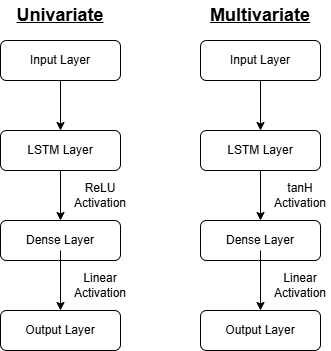
Earlier version of the draw.io export report/media/lstm3.png (harrybirdnz/ZZSC9020-Group_F). Source tidied: cells renumbered, new cells last; positions are measured from the earlier drawing's top-left corner, leaving out a move shared by most shapes. Source of this version:
```xml
<mxGraphModel>
  <root>
    <mxCell id="0" />
    <mxCell id="1" parent="0" />
    <mxCell id="2" style="edgeStyle=orthogonalEdgeStyle;rounded=0;jettySize=auto;html=1;exitX=0.5;exitY=1;exitDx=0;exitDy=0;entryX=0.5;entryY=0;entryDx=0;entryDy=0;" parent="1" edge="1" source="3" target="4">
      <mxGeometry relative="1" as="geometry" />
    </mxCell>
    <mxCell id="3" value="Input Layer" style="rounded=1;whiteSpace=wrap;html=1;fontSize=12;glass=0;strokeWidth=1;shadow=0;" parent="1" vertex="1">
      <mxGeometry y="40" width="120" height="40" as="geometry" />
    </mxCell>
    <mxCell id="4" value="LSTM Layer" style="rounded=1;whiteSpace=wrap;html=1;fontSize=12;glass=0;strokeWidth=1;shadow=0;" parent="1" vertex="1">
      <mxGeometry y="130" width="120" height="40" as="geometry" />
    </mxCell>
    <mxCell id="5" value="Output Layer" style="rounded=1;whiteSpace=wrap;html=1;fontSize=12;glass=0;strokeWidth=1;shadow=0;" parent="1" vertex="1">
      <mxGeometry y="310" width="120" height="40" as="geometry" />
    </mxCell>
    <mxCell id="6" value="Dense Layer" style="rounded=1;whiteSpace=wrap;html=1;fontSize=12;glass=0;strokeWidth=1;shadow=0;" parent="1" vertex="1">
      <mxGeometry y="220" width="120" height="40" as="geometry" />
    </mxCell>
    <mxCell id="7" style="endArrow=classic;html=1;rounded=0;entryX=0.5;entryY=0;entryDx=0;entryDy=0;" parent="1" edge="1" target="6">
      <mxGeometry relative="1" as="geometry">
        <mxPoint x="60" y="170" as="sourcePoint" />
      </mxGeometry>
    </mxCell>
    <mxCell id="8" style="endArrow=classic;html=1;rounded=0;entryX=0.5;entryY=0;entryDx=0;entryDy=0;" parent="1" edge="1" target="5">
      <mxGeometry relative="1" as="geometry">
        <mxPoint x="60" y="250" as="sourcePoint" />
      </mxGeometry>
    </mxCell>
    <mxCell id="9" value="ReLU Activation" style="text;strokeColor=none;align=center;fillColor=none;html=1;verticalAlign=middle;whiteSpace=wrap;rounded=0;" parent="1" vertex="1">
      <mxGeometry x="70" y="180" width="60" height="30" as="geometry" />
    </mxCell>
    <mxCell id="10" value="Linear Activation" style="text;strokeColor=none;align=center;fillColor=none;html=1;verticalAlign=middle;whiteSpace=wrap;rounded=0;" parent="1" vertex="1">
      <mxGeometry x="70" y="270" width="60" height="30" as="geometry" />
    </mxCell>
    <mxCell id="11" style="edgeStyle=orthogonalEdgeStyle;rounded=0;jettySize=auto;html=1;exitX=0.5;exitY=1;exitDx=0;exitDy=0;entryX=0.5;entryY=0;entryDx=0;entryDy=0;" parent="1" edge="1" source="12" target="13">
      <mxGeometry relative="1" as="geometry" />
    </mxCell>
    <mxCell id="12" value="Input Layer" style="rounded=1;whiteSpace=wrap;html=1;fontSize=12;glass=0;strokeWidth=1;shadow=0;" parent="1" vertex="1">
      <mxGeometry x="200" y="40" width="120" height="40" as="geometry" />
    </mxCell>
    <mxCell id="13" value="LSTM Layer" style="rounded=1;whiteSpace=wrap;html=1;fontSize=12;glass=0;strokeWidth=1;shadow=0;" parent="1" vertex="1">
      <mxGeometry x="200" y="130" width="120" height="40" as="geometry" />
    </mxCell>
    <mxCell id="14" value="Output Layer" style="rounded=1;whiteSpace=wrap;html=1;fontSize=12;glass=0;strokeWidth=1;shadow=0;" parent="1" vertex="1">
      <mxGeometry x="200" y="310" width="120" height="40" as="geometry" />
    </mxCell>
    <mxCell id="15" value="Dense Layer" style="rounded=1;whiteSpace=wrap;html=1;fontSize=12;glass=0;strokeWidth=1;shadow=0;" parent="1" vertex="1">
      <mxGeometry x="200" y="220" width="120" height="40" as="geometry" />
    </mxCell>
    <mxCell id="16" style="endArrow=classic;html=1;rounded=0;entryX=0.5;entryY=0;entryDx=0;entryDy=0;" parent="1" edge="1" target="15">
      <mxGeometry relative="1" as="geometry">
        <mxPoint x="260" y="170" as="sourcePoint" />
      </mxGeometry>
    </mxCell>
    <mxCell id="17" style="endArrow=classic;html=1;rounded=0;entryX=0.5;entryY=0;entryDx=0;entryDy=0;" parent="1" edge="1" target="14">
      <mxGeometry relative="1" as="geometry">
        <mxPoint x="260" y="250" as="sourcePoint" />
      </mxGeometry>
    </mxCell>
    <mxCell id="18" value="tanH Activation" style="text;strokeColor=none;align=center;fillColor=none;html=1;verticalAlign=middle;whiteSpace=wrap;rounded=0;" parent="1" vertex="1">
      <mxGeometry x="270" y="180" width="60" height="30" as="geometry" />
    </mxCell>
    <mxCell id="19" value="Linear Activation" style="text;strokeColor=none;align=center;fillColor=none;html=1;verticalAlign=middle;whiteSpace=wrap;rounded=0;" parent="1" vertex="1">
      <mxGeometry x="270" y="270" width="60" height="30" as="geometry" />
    </mxCell>
    <mxCell id="20" value="&lt;b&gt;&lt;u&gt;&lt;font style=&quot;font-size: 18px;&quot;&gt;Univariate&lt;/font&gt;&lt;/u&gt;&lt;/b&gt;" style="text;strokeColor=none;align=center;fillColor=none;html=1;verticalAlign=middle;whiteSpace=wrap;rounded=0;" parent="1" vertex="1">
      <mxGeometry x="30" width="60" height="30" as="geometry" />
    </mxCell>
    <mxCell id="21" value="&lt;b&gt;&lt;u&gt;&lt;font style=&quot;font-size: 18px;&quot;&gt;Multivariate&lt;/font&gt;&lt;/u&gt;&lt;/b&gt;" style="text;strokeColor=none;align=center;fillColor=none;html=1;verticalAlign=middle;whiteSpace=wrap;rounded=0;" parent="1" vertex="1">
      <mxGeometry x="230" width="60" height="30" as="geometry" />
    </mxCell>
  </root>
</mxGraphModel>
```
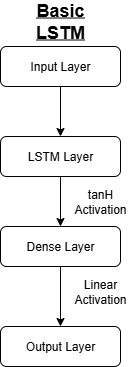
The same diagram one commit later.

The edit, as a diff of the source:
```diff
@@ -2,72 +2,36 @@
   <root>
     <mxCell id="0" />
     <mxCell id="1" parent="0" />
-    <mxCell id="2" style="edgeStyle=orthogonalEdgeStyle;rounded=0;jettySize=auto;html=1;exitX=0.5;exitY=1;exitDx=0;exitDy=0;entryX=0.5;entryY=0;entryDx=0;entryDy=0;" parent="1" edge="1" source="3" target="4">
-      <mxGeometry relative="1" as="geometry" />
-    </mxCell>
-    <mxCell id="3" value="Input Layer" style="rounded=1;whiteSpace=wrap;html=1;fontSize=12;glass=0;strokeWidth=1;shadow=0;" parent="1" vertex="1">
-      <mxGeometry y="40" width="120" height="40" as="geometry" />
-    </mxCell>
-    <mxCell id="4" value="LSTM Layer" style="rounded=1;whiteSpace=wrap;html=1;fontSize=12;glass=0;strokeWidth=1;shadow=0;" parent="1" vertex="1">
-      <mxGeometry y="130" width="120" height="40" as="geometry" />
-    </mxCell>
-    <mxCell id="5" value="Output Layer" style="rounded=1;whiteSpace=wrap;html=1;fontSize=12;glass=0;strokeWidth=1;shadow=0;" parent="1" vertex="1">
-      <mxGeometry y="310" width="120" height="40" as="geometry" />
-    </mxCell>
-    <mxCell id="6" value="Dense Layer" style="rounded=1;whiteSpace=wrap;html=1;fontSize=12;glass=0;strokeWidth=1;shadow=0;" parent="1" vertex="1">
-      <mxGeometry y="220" width="120" height="40" as="geometry" />
-    </mxCell>
-    <mxCell id="7" style="endArrow=classic;html=1;rounded=0;entryX=0.5;entryY=0;entryDx=0;entryDy=0;" parent="1" edge="1" target="6">
-      <mxGeometry relative="1" as="geometry">
-        <mxPoint x="60" y="170" as="sourcePoint" />
-      </mxGeometry>
-    </mxCell>
-    <mxCell id="8" style="endArrow=classic;html=1;rounded=0;entryX=0.5;entryY=0;entryDx=0;entryDy=0;" parent="1" edge="1" target="5">
-      <mxGeometry relative="1" as="geometry">
-        <mxPoint x="60" y="250" as="sourcePoint" />
-      </mxGeometry>
-    </mxCell>
-    <mxCell id="9" value="ReLU Activation" style="text;strokeColor=none;align=center;fillColor=none;html=1;verticalAlign=middle;whiteSpace=wrap;rounded=0;" parent="1" vertex="1">
-      <mxGeometry x="70" y="180" width="60" height="30" as="geometry" />
-    </mxCell>
-    <mxCell id="10" value="Linear Activation" style="text;strokeColor=none;align=center;fillColor=none;html=1;verticalAlign=middle;whiteSpace=wrap;rounded=0;" parent="1" vertex="1">
-      <mxGeometry x="70" y="270" width="60" height="30" as="geometry" />
-    </mxCell>
     <mxCell id="11" style="edgeStyle=orthogonalEdgeStyle;rounded=0;jettySize=auto;html=1;exitX=0.5;exitY=1;exitDx=0;exitDy=0;entryX=0.5;entryY=0;entryDx=0;entryDy=0;" parent="1" edge="1" source="12" target="13">
       <mxGeometry relative="1" as="geometry" />
     </mxCell>
     <mxCell id="12" value="Input Layer" style="rounded=1;whiteSpace=wrap;html=1;fontSize=12;glass=0;strokeWidth=1;shadow=0;" parent="1" vertex="1">
       <mxGeometry x="200" y="40" width="120" height="40" as="geometry" />
     </mxCell>
+    <mxCell id="22" style="edgeStyle=orthogonalEdgeStyle;rounded=0;jettySize=auto;html=1;exitX=0.5;exitY=1;exitDx=0;exitDy=0;" parent="1" edge="1" source="13">
+      <mxGeometry relative="1" as="geometry">
+        <mxPoint x="260" y="220" as="targetPoint" />
+      </mxGeometry>
+    </mxCell>
     <mxCell id="13" value="LSTM Layer" style="rounded=1;whiteSpace=wrap;html=1;fontSize=12;glass=0;strokeWidth=1;shadow=0;" parent="1" vertex="1">
       <mxGeometry x="200" y="130" width="120" height="40" as="geometry" />
     </mxCell>
     <mxCell id="14" value="Output Layer" style="rounded=1;whiteSpace=wrap;html=1;fontSize=12;glass=0;strokeWidth=1;shadow=0;" parent="1" vertex="1">
-      <mxGeometry x="200" y="310" width="120" height="40" as="geometry" />
+      <mxGeometry x="200" y="320" width="120" height="40" as="geometry" />
     </mxCell>
+    <mxCell id="23" style="edgeStyle=orthogonalEdgeStyle;rounded=0;jettySize=auto;html=1;" parent="1" edge="1" source="15" target="14">
+      <mxGeometry relative="1" as="geometry" />
+    </mxCell>
     <mxCell id="15" value="Dense Layer" style="rounded=1;whiteSpace=wrap;html=1;fontSize=12;glass=0;strokeWidth=1;shadow=0;" parent="1" vertex="1">
       <mxGeometry x="200" y="220" width="120" height="40" as="geometry" />
     </mxCell>
-    <mxCell id="16" style="endArrow=classic;html=1;rounded=0;entryX=0.5;entryY=0;entryDx=0;entryDy=0;" parent="1" edge="1" target="15">
-      <mxGeometry relative="1" as="geometry">
-        <mxPoint x="260" y="170" as="sourcePoint" />
-      </mxGeometry>
-    </mxCell>
-    <mxCell id="17" style="endArrow=classic;html=1;rounded=0;entryX=0.5;entryY=0;entryDx=0;entryDy=0;" parent="1" edge="1" target="14">
-      <mxGeometry relative="1" as="geometry">
-        <mxPoint x="260" y="250" as="sourcePoint" />
-      </mxGeometry>
-    </mxCell>
     <mxCell id="18" value="tanH Activation" style="text;strokeColor=none;align=center;fillColor=none;html=1;verticalAlign=middle;whiteSpace=wrap;rounded=0;" parent="1" vertex="1">
       <mxGeometry x="270" y="180" width="60" height="30" as="geometry" />
     </mxCell>
     <mxCell id="19" value="Linear Activation" style="text;strokeColor=none;align=center;fillColor=none;html=1;verticalAlign=middle;whiteSpace=wrap;rounded=0;" parent="1" vertex="1">
       <mxGeometry x="270" y="270" width="60" height="30" as="geometry" />
     </mxCell>
-    <mxCell id="20" value="&lt;b&gt;&lt;u&gt;&lt;font style=&quot;font-size: 18px;&quot;&gt;Univariate&lt;/font&gt;&lt;/u&gt;&lt;/b&gt;" style="text;strokeColor=none;align=center;fillColor=none;html=1;verticalAlign=middle;whiteSpace=wrap;rounded=0;" parent="1" vertex="1">
-      <mxGeometry x="30" width="60" height="30" as="geometry" />
-    </mxCell>
-    <mxCell id="21" value="&lt;b&gt;&lt;u&gt;&lt;font style=&quot;font-size: 18px;&quot;&gt;Multivariate&lt;/font&gt;&lt;/u&gt;&lt;/b&gt;" style="text;strokeColor=none;align=center;fillColor=none;html=1;verticalAlign=middle;whiteSpace=wrap;rounded=0;" parent="1" vertex="1">
+    <mxCell id="21" value="&lt;b&gt;&lt;u&gt;&lt;font style=&quot;font-size: 18px;&quot;&gt;Basic LSTM&lt;/font&gt;&lt;/u&gt;&lt;/b&gt;" style="text;strokeColor=none;align=center;fillColor=none;html=1;verticalAlign=middle;whiteSpace=wrap;rounded=0;" parent="1" vertex="1">
       <mxGeometry x="230" width="60" height="30" as="geometry" />
     </mxCell>
   </root>
```
